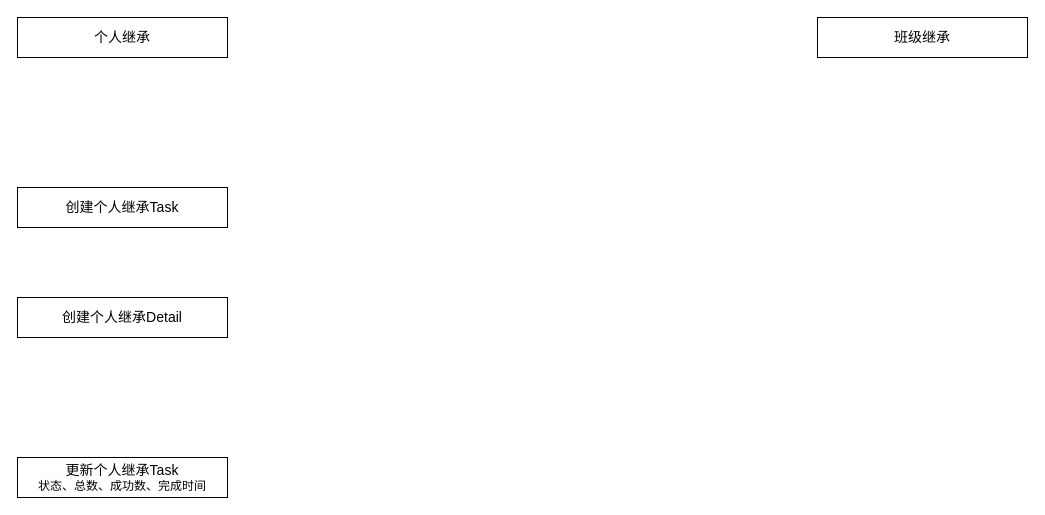
This is 核桃-企微-企微继承.drawio from hongweilv-whu/flowCharts, a draw.io file, before an edit. Source tidied: cells renumbered, new cells numbered last; positions are measured from the earlier drawing's top-left corner, leaving out a move shared by most shapes. Both pictures are drawn from the tidied source at 100%, with x=0, y=0 at pixel (17, 17).
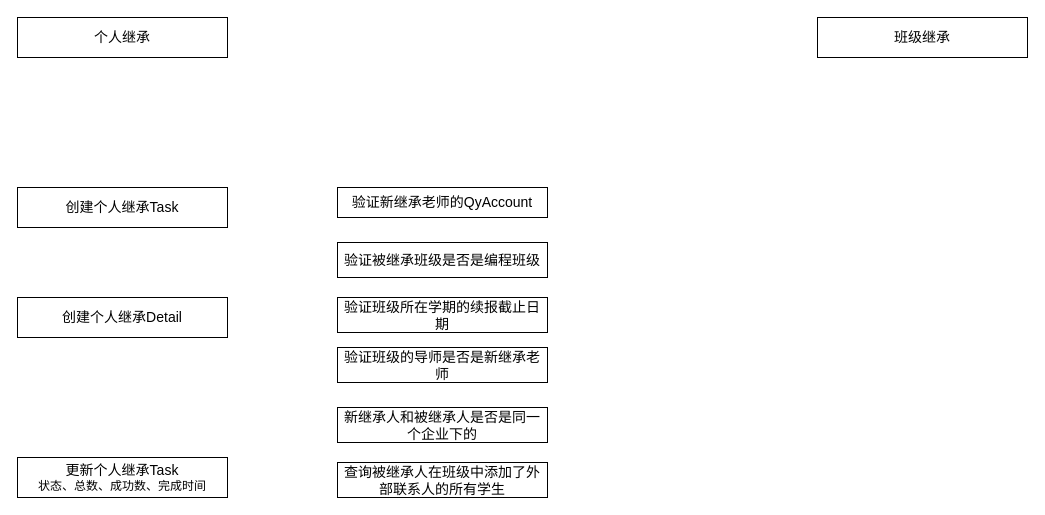
Above is the later version.

Commit message:
更新核桃-企微-企微继承.drawio

Change to the diagram source:
```diff
@@
 <mxGraphModel>
   <root>
     <mxCell id="0" />
     <mxCell id="1" parent="0" />
     <mxCell id="2" value="&lt;font style=&quot;font-size: 14px;&quot;&gt;个人继承&lt;/font&gt;" style="rounded=0;whiteSpace=wrap;html=1;" parent="1" vertex="1">
       <mxGeometry width="210" height="40" as="geometry" />
     </mxCell>
     <mxCell id="3" value="&lt;font style=&quot;font-size: 14px;&quot;&gt;班级继承&lt;/font&gt;" style="rounded=0;whiteSpace=wrap;html=1;" parent="1" vertex="1">
       <mxGeometry x="800" width="210" height="40" as="geometry" />
     </mxCell>
     <mxCell id="4" value="&lt;font style=&quot;font-size: 14px;&quot;&gt;创建个人继承Task&lt;/font&gt;" style="rounded=0;whiteSpace=wrap;html=1;" parent="1" vertex="1">
       <mxGeometry y="170" width="210" height="40" as="geometry" />
     </mxCell>
     <mxCell id="5" value="&lt;font style=&quot;font-size: 14px;&quot;&gt;创建个人继承Detail&lt;/font&gt;" style="rounded=0;whiteSpace=wrap;html=1;" parent="1" vertex="1">
       <mxGeometry y="280" width="210" height="40" as="geometry" />
     </mxCell>
     <mxCell id="6" value="&lt;font style=&quot;&quot;&gt;&lt;span style=&quot;font-size: 14px;&quot;&gt;更新个人继承Task&lt;/span&gt;&lt;br&gt;&lt;font style=&quot;font-size: 12px;&quot;&gt;状态、总数、成功数、完成时间&lt;/font&gt;&lt;br&gt;&lt;/font&gt;" style="rounded=0;whiteSpace=wrap;html=1;" parent="1" vertex="1">
       <mxGeometry y="440" width="210" height="40" as="geometry" />
     </mxCell>
+    <mxCell id="7" value="&lt;font style=&quot;font-size: 14px;&quot;&gt;验证新继承老师的QyAccount&lt;/font&gt;" style="rounded=0;whiteSpace=wrap;html=1;" parent="1" vertex="1">
+      <mxGeometry x="320" y="170" width="210" height="30" as="geometry" />
+    </mxCell>
+    <mxCell id="8" value="&lt;font style=&quot;font-size: 14px;&quot;&gt;验证被继承班级是否是编程班级&lt;/font&gt;" style="rounded=0;whiteSpace=wrap;html=1;" parent="1" vertex="1">
+      <mxGeometry x="320" y="225" width="210" height="35" as="geometry" />
+    </mxCell>
+    <mxCell id="9" value="&lt;font style=&quot;font-size: 14px;&quot;&gt;验证班级所在学期的续报截止日期&lt;/font&gt;" style="rounded=0;whiteSpace=wrap;html=1;" parent="1" vertex="1">
+      <mxGeometry x="320" y="280" width="210" height="35" as="geometry" />
+    </mxCell>
+    <mxCell id="10" value="&lt;font style=&quot;font-size: 14px;&quot;&gt;验证班级的导师是否是新继承老师&lt;/font&gt;" style="rounded=0;whiteSpace=wrap;html=1;" parent="1" vertex="1">
+      <mxGeometry x="320" y="330" width="210" height="35" as="geometry" />
+    </mxCell>
+    <mxCell id="11" value="&lt;font style=&quot;font-size: 14px;&quot;&gt;查询被继承人在班级中添加了外部联系人的所有学生&lt;/font&gt;" style="rounded=0;whiteSpace=wrap;html=1;" parent="1" vertex="1">
+      <mxGeometry x="320" y="445" width="210" height="35" as="geometry" />
+    </mxCell>
+    <mxCell id="12" value="&lt;font style=&quot;font-size: 14px;&quot;&gt;新继承人和被继承人是否是同一个企业下的&lt;/font&gt;" style="rounded=0;whiteSpace=wrap;html=1;" parent="1" vertex="1">
+      <mxGeometry x="320" y="390" width="210" height="35" as="geometry" />
+    </mxCell>
   </root>
 </mxGraphModel>
```
